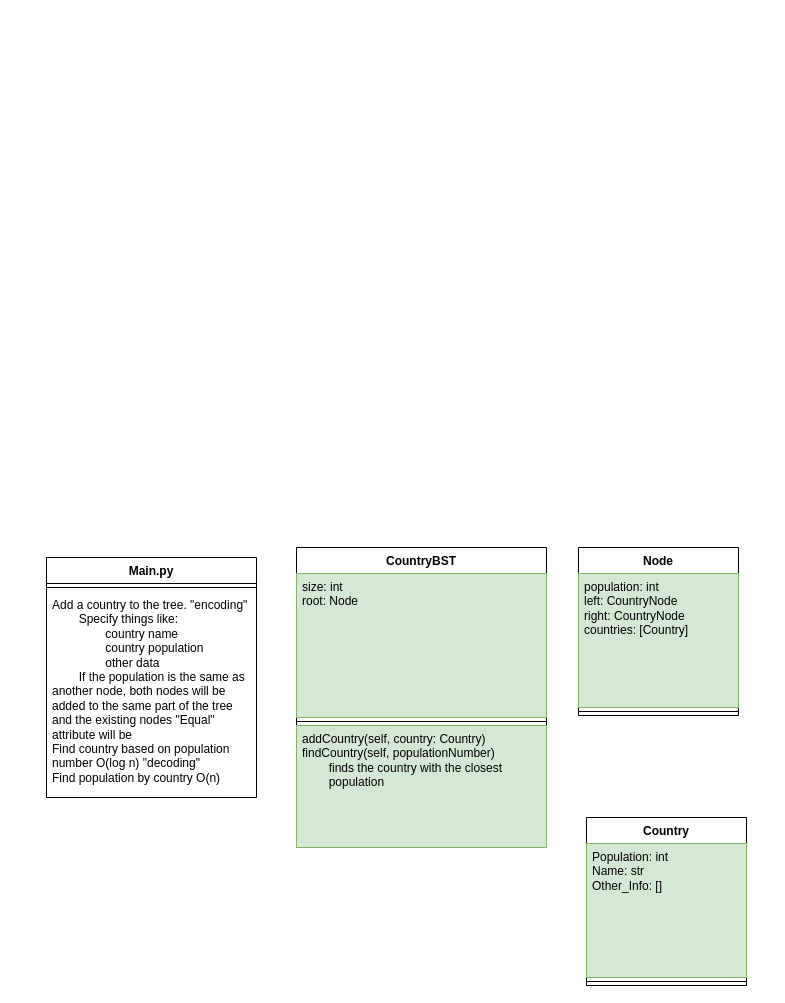
Before: final_project_diagram.drawio in atroy01/MSOE_Final_Project, a draw.io diagram. Source tidied: cells renumbered, new cells numbered last; positions are measured from the earlier drawing's top-left corner, leaving out a move shared by most shapes. Both pictures are drawn from the tidied source at 100%, with x=0, y=0 at pixel (46, 547).
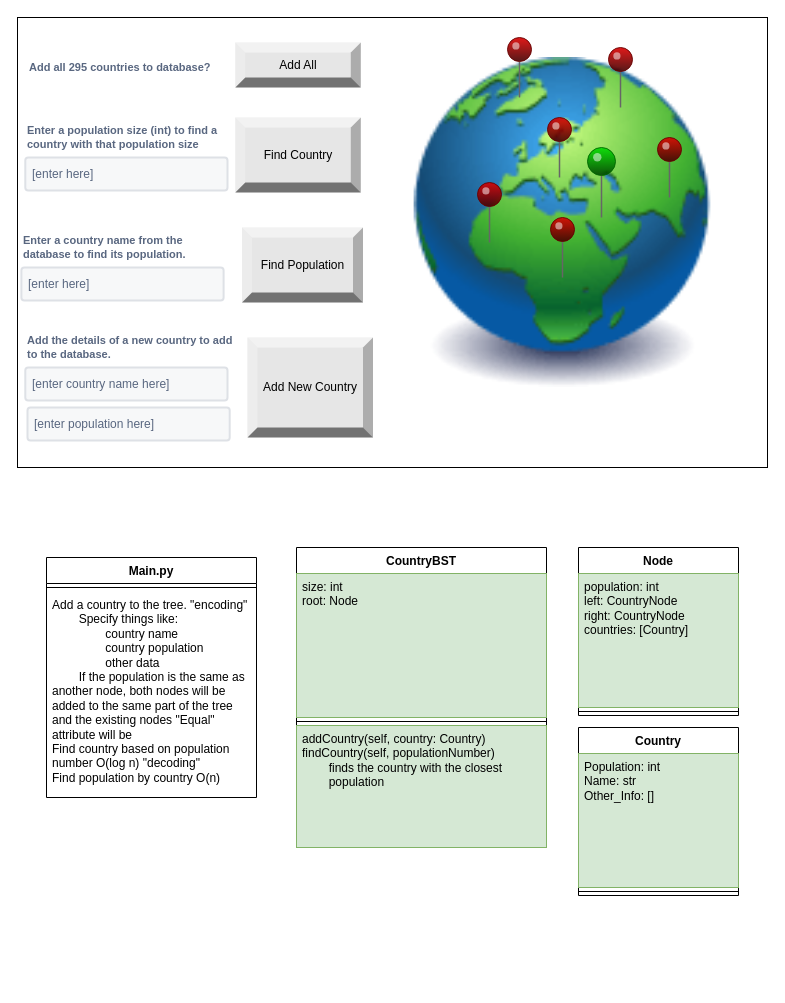
The same page after the edit.

What changed in the source:
```diff
@@
+    <mxCell id="15" style="rounded=0;whiteSpace=wrap;html=1;align=left;verticalAlign=top;" parent="1" vertex="1">
+      <mxGeometry x="-29" y="-530" width="750" height="450" as="geometry" />
+    </mxCell>
@@
     <mxCell id="12" value="Country" style="swimlane;fontStyle=1;align=center;verticalAlign=top;horizontal=1;startSize=26;whiteSpace=wrap;html=1;" parent="1" vertex="1">
-      <mxGeometry x="540" y="270" width="160" height="168" as="geometry" />
+      <mxGeometry x="532" y="180" width="160" height="168" as="geometry" />
     </mxCell>
@@
+    <mxCell id="16" style="image;html=1;image=img/lib/clip_art/general/Earth_globe_128x128.png;" parent="1" vertex="1">
+      <mxGeometry x="351" y="-490" width="330" height="330" as="geometry" />
+    </mxCell>
+    <mxCell id="17" style="verticalLabelPosition=top;html=1;shadow=0;dashed=0;verticalAlign=bottom;strokeWidth=1;shape=mxgraph.ios.iPin;fillColor2=#00dd00;fillColor3=#004400;strokeColor=#006600;" parent="1" vertex="1">
+      <mxGeometry x="541" y="-400" width="28" height="70" as="geometry" />
+    </mxCell>
+    <mxCell id="18" style="verticalLabelPosition=top;html=1;shadow=0;dashed=0;verticalAlign=bottom;strokeWidth=1;shape=mxgraph.ios.iPin;fillColor2=#dd0000;fillColor3=#440000;strokeColor=#660000;" parent="1" vertex="1">
+      <mxGeometry x="504" y="-330" width="24" height="60" as="geometry" />
+    </mxCell>
+    <mxCell id="19" style="verticalLabelPosition=top;html=1;shadow=0;dashed=0;verticalAlign=bottom;strokeWidth=1;shape=mxgraph.ios.iPin;fillColor2=#dd0000;fillColor3=#440000;strokeColor=#660000;" parent="1" vertex="1">
+      <mxGeometry x="611" y="-410" width="24" height="60" as="geometry" />
+    </mxCell>
+    <mxCell id="20" style="verticalLabelPosition=top;html=1;shadow=0;dashed=0;verticalAlign=bottom;strokeWidth=1;shape=mxgraph.ios.iPin;fillColor2=#dd0000;fillColor3=#440000;strokeColor=#660000;" parent="1" vertex="1">
+      <mxGeometry x="501" y="-430" width="24" height="60" as="geometry" />
+    </mxCell>
+    <mxCell id="21" style="verticalLabelPosition=top;html=1;shadow=0;dashed=0;verticalAlign=bottom;strokeWidth=1;shape=mxgraph.ios.iPin;fillColor2=#dd0000;fillColor3=#440000;strokeColor=#660000;" parent="1" vertex="1">
+      <mxGeometry x="461" y="-510" width="24" height="60" as="geometry" />
+    </mxCell>
+    <mxCell id="22" style="verticalLabelPosition=top;html=1;shadow=0;dashed=0;verticalAlign=bottom;strokeWidth=1;shape=mxgraph.ios.iPin;fillColor2=#dd0000;fillColor3=#440000;strokeColor=#660000;" parent="1" vertex="1">
+      <mxGeometry x="431" y="-365" width="24" height="60" as="geometry" />
+    </mxCell>
+    <mxCell id="23" style="verticalLabelPosition=top;html=1;shadow=0;dashed=0;verticalAlign=bottom;strokeWidth=1;shape=mxgraph.ios.iPin;fillColor2=#dd0000;fillColor3=#440000;strokeColor=#660000;" parent="1" vertex="1">
+      <mxGeometry x="562" y="-500" width="24" height="60" as="geometry" />
+    </mxCell>
+    <mxCell id="24" value="Add All" style="labelPosition=center;verticalLabelPosition=middle;align=center;html=1;shape=mxgraph.basic.shaded_button;dx=10;fillColor=#E6E6E6;strokeColor=none;whiteSpace=wrap;" parent="1" vertex="1">
+      <mxGeometry x="188.8" y="-505" width="125.5" height="45" as="geometry" />
+    </mxCell>
+    <mxCell id="25" value="Find Country" style="labelPosition=center;verticalLabelPosition=middle;align=center;html=1;shape=mxgraph.basic.shaded_button;dx=10;fillColor=#E6E6E6;strokeColor=none;whiteSpace=wrap;" parent="1" vertex="1">
+      <mxGeometry x="188.8" y="-430" width="125.5" height="75" as="geometry" />
+    </mxCell>
+    <mxCell id="26" value="Find Population" style="labelPosition=center;verticalLabelPosition=middle;align=center;html=1;shape=mxgraph.basic.shaded_button;dx=10;fillColor=#E6E6E6;strokeColor=none;whiteSpace=wrap;" parent="1" vertex="1">
+      <mxGeometry x="195.5" y="-320" width="121" height="75" as="geometry" />
+    </mxCell>
+    <mxCell id="27" value="Add New Country" style="labelPosition=center;verticalLabelPosition=middle;align=center;html=1;shape=mxgraph.basic.shaded_button;dx=10;fillColor=#E6E6E6;strokeColor=none;whiteSpace=wrap;" parent="1" vertex="1">
+      <mxGeometry x="201" y="-210" width="125.5" height="100" as="geometry" />
+    </mxCell>
+    <mxCell id="28" value="Enter a population size (int) to find a country with that population size" style="fillColor=none;strokeColor=none;html=1;fontSize=11;fontStyle=0;align=left;fontColor=#596780;fontStyle=1;fontSize=11;whiteSpace=wrap;" parent="1" vertex="1">
+      <mxGeometry x="-21.2" y="-430" width="210" height="40" as="geometry" />
+    </mxCell>
+    <mxCell id="29" value="[enter here]" style="rounded=1;arcSize=9;fillColor=#F7F8F9;align=left;spacingLeft=5;strokeColor=#DEE1E6;html=1;strokeWidth=2;fontColor=#596780;fontSize=12;" parent="1" vertex="1">
+      <mxGeometry x="-21.2" y="-390" width="202.2" height="33" as="geometry" />
+    </mxCell>
+    <mxCell id="30" value="Add all 295 countries to database?" style="fillColor=none;strokeColor=none;html=1;fontSize=11;fontStyle=0;align=left;fontColor=#596780;fontStyle=1;fontSize=11;whiteSpace=wrap;" parent="1" vertex="1">
+      <mxGeometry x="-19" y="-500" width="210" height="40" as="geometry" />
+    </mxCell>
+    <mxCell id="31" value="Enter a country name from the database to find its population." style="fillColor=none;strokeColor=none;html=1;fontSize=11;fontStyle=0;align=left;fontColor=#596780;fontStyle=1;fontSize=11;whiteSpace=wrap;" parent="1" vertex="1">
+      <mxGeometry x="-25.1" y="-320" width="210" height="40" as="geometry" />
+    </mxCell>
+    <mxCell id="32" value="[enter here]" style="rounded=1;arcSize=9;fillColor=#F7F8F9;align=left;spacingLeft=5;strokeColor=#DEE1E6;html=1;strokeWidth=2;fontColor=#596780;fontSize=12;" parent="1" vertex="1">
+      <mxGeometry x="-25.1" y="-280" width="202.2" height="33" as="geometry" />
+    </mxCell>
+    <mxCell id="33" value="Add the details of a new country to add to the database." style="fillColor=none;strokeColor=none;html=1;fontSize=11;fontStyle=0;align=left;fontColor=#596780;fontStyle=1;fontSize=11;whiteSpace=wrap;" parent="1" vertex="1">
+      <mxGeometry x="-21.2" y="-220" width="210" height="40" as="geometry" />
+    </mxCell>
+    <mxCell id="34" value="[enter country name here]" style="rounded=1;arcSize=9;fillColor=#F7F8F9;align=left;spacingLeft=5;strokeColor=#DEE1E6;html=1;strokeWidth=2;fontColor=#596780;fontSize=12;" parent="1" vertex="1">
+      <mxGeometry x="-21.2" y="-180" width="202.2" height="33" as="geometry" />
+    </mxCell>
+    <mxCell id="35" value="[enter population here]" style="rounded=1;arcSize=9;fillColor=#F7F8F9;align=left;spacingLeft=5;strokeColor=#DEE1E6;html=1;strokeWidth=2;fontColor=#596780;fontSize=12;" parent="1" vertex="1">
+      <mxGeometry x="-19" y="-140" width="202.2" height="33" as="geometry" />
+    </mxCell>
```
